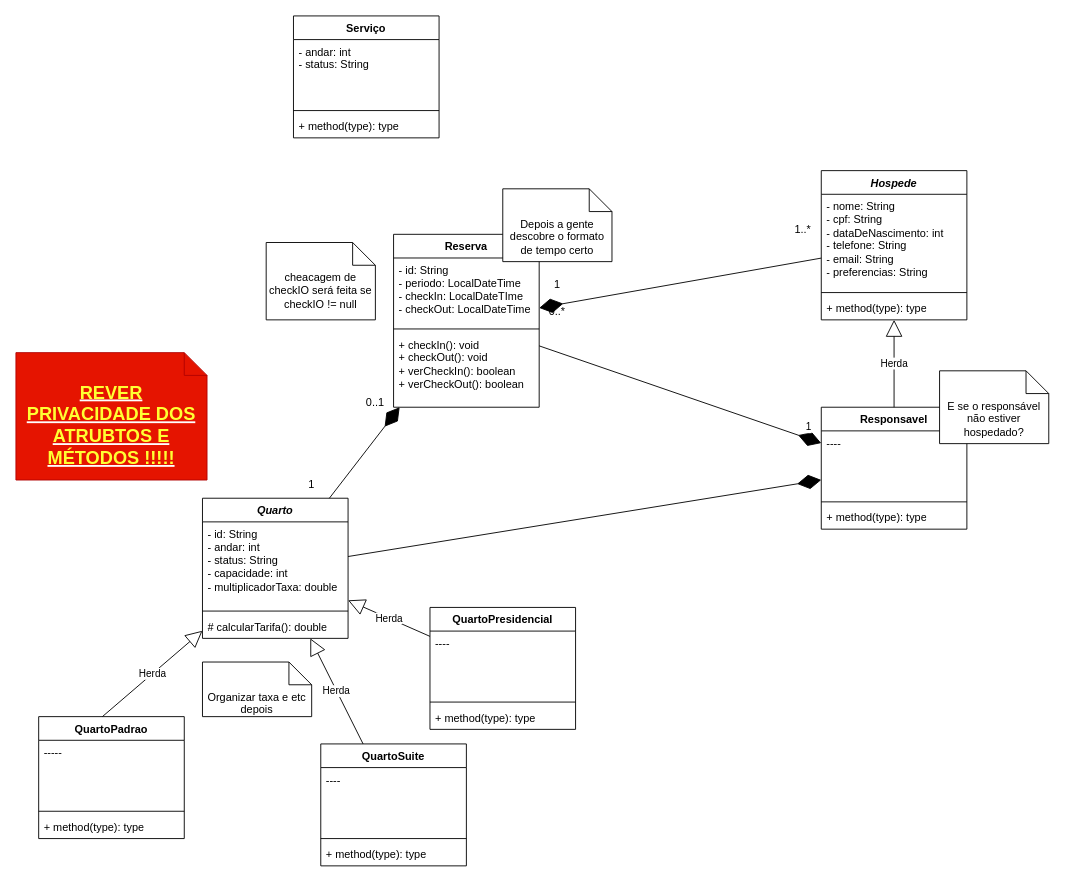
tucq27/Entrega1-IP2-SmartHotel keeps this draw.io diagram as HotelDeHilbert.drawio. Above is the earlier version. Source tidied: cells renumbered, new cells numbered last; positions are measured from the earlier drawing's top-left corner, leaving out a move shared by most shapes. Both pictures are drawn from the tidied source at 91%, with x=0, y=0 at pixel (15, 15).
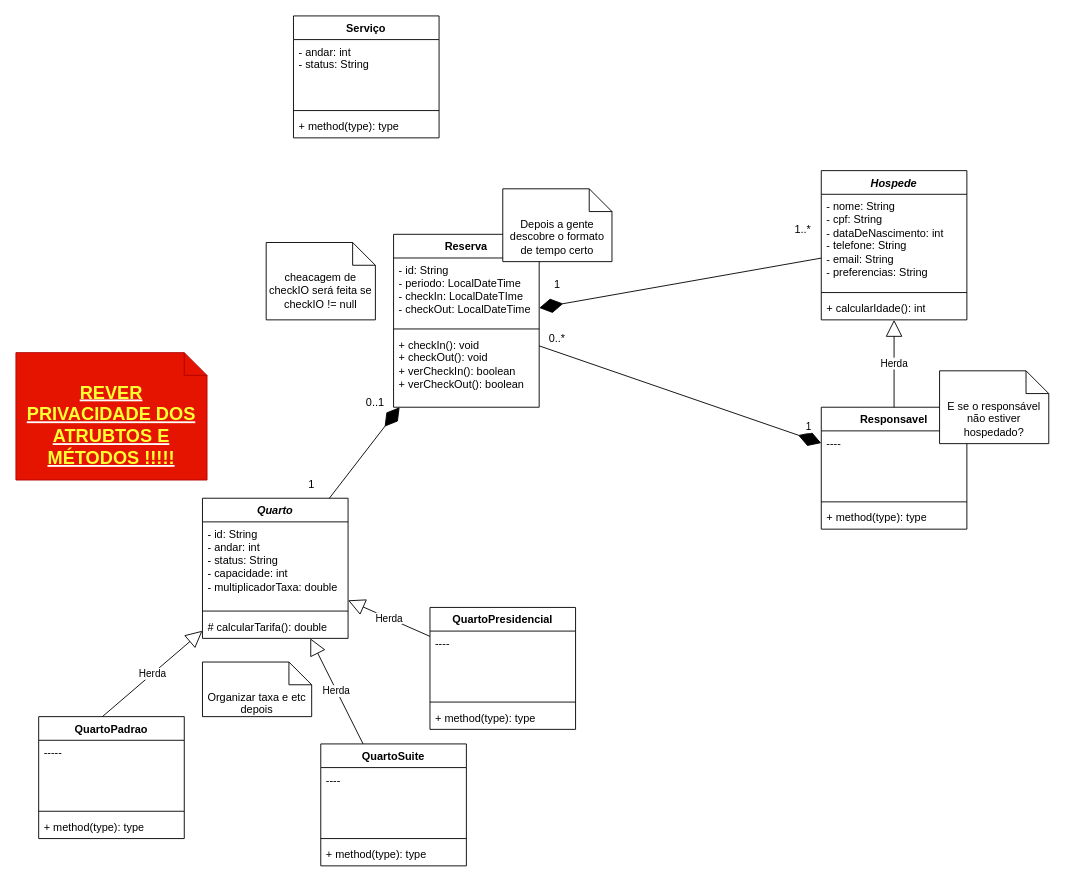
Above is the later version.

Commit message:
Atualizando algumas relações e métodos

The change refers to these unchanged cells:
```xml
<mxCell id="2" value="&lt;i&gt;Quarto&lt;/i&gt;" style="swimlane;fontStyle=1;align=center;verticalAlign=top;horizontal=1;startSize=26;whiteSpace=wrap;html=1;" parent="1" vertex="1">
  <mxGeometry x="205" y="530" width="160" height="154" as="geometry" />
</mxCell>
<mxCell id="22" value="&lt;i&gt;Hospede&lt;/i&gt;" style="swimlane;fontStyle=1;align=center;verticalAlign=top;horizontal=1;startSize=26;whiteSpace=wrap;html=1;" parent="1" vertex="1">
  <mxGeometry x="885" y="170" width="160" height="164" as="geometry" />
</mxCell>
<mxCell id="26" value="Responsavel" style="swimlane;fontStyle=1;align=center;verticalAlign=top;horizontal=1;startSize=26;whiteSpace=wrap;html=1;" parent="1" vertex="1">
  <mxGeometry x="885" y="430" width="160" height="134" as="geometry" />
</mxCell>
```

The edit, as a diff of the source:
```diff
@@
-    <mxCell id="25" value="+ method(type): type" style="text;strokeColor=none;fillColor=none;align=left;verticalAlign=top;spacingLeft=4;spacingRight=4;overflow=hidden;whiteSpace=wrap;html=1;" parent="22" vertex="1">
+    <mxCell id="25" value="+ calcularIdade(): int" style="text;strokeColor=none;fillColor=none;align=left;verticalAlign=top;spacingLeft=4;spacingRight=4;overflow=hidden;whiteSpace=wrap;html=1;" parent="22" vertex="1">
       <mxGeometry y="138" width="160" height="26" as="geometry" />
     </mxCell>
@@
-    <mxCell id="35" style="endArrow=diamondThin;endFill=1;endSize=24;html=1;rounded=0;" parent="1" edge="1" source="2" target="26">
-      <mxGeometry relative="1" as="geometry" />
-    </mxCell>
@@
     <mxCell id="40" value="0..*" style="text;html=1;whiteSpace=wrap;strokeColor=none;fillColor=none;align=center;verticalAlign=middle;rounded=0;" parent="1" vertex="1">
-      <mxGeometry x="565" y="310" width="60" height="30" as="geometry" />
+      <mxGeometry x="565" y="340" width="60" height="30" as="geometry" />
     </mxCell>
```
